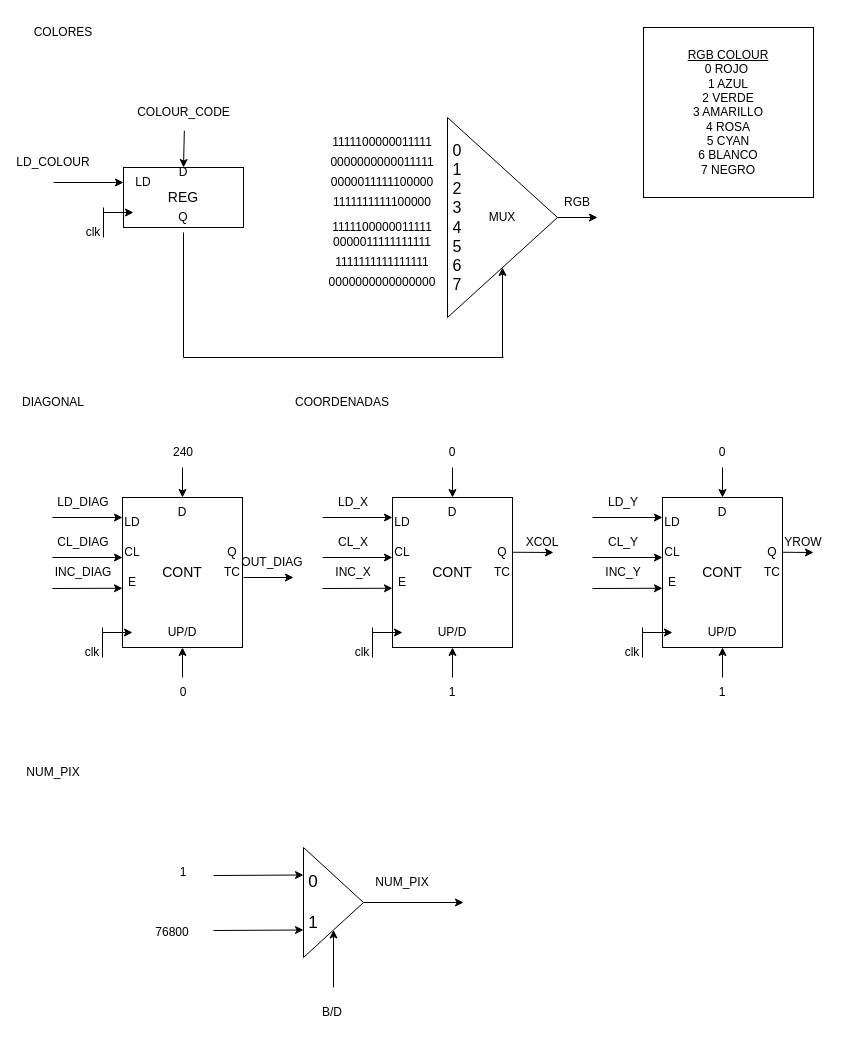
Earlier version of the draw.io diagram Proyecto/Diseños/Lcd_draw_up.drawio (marcosChoucino/SIstemasDigitales). Source tidied: cells renumbered, new cells numbered last; positions are measured from the earlier drawing's top-left corner, leaving out a move shared by most shapes. Both pictures are drawn from the tidied source at 100%, with x=0, y=0 at pixel (23, 17).
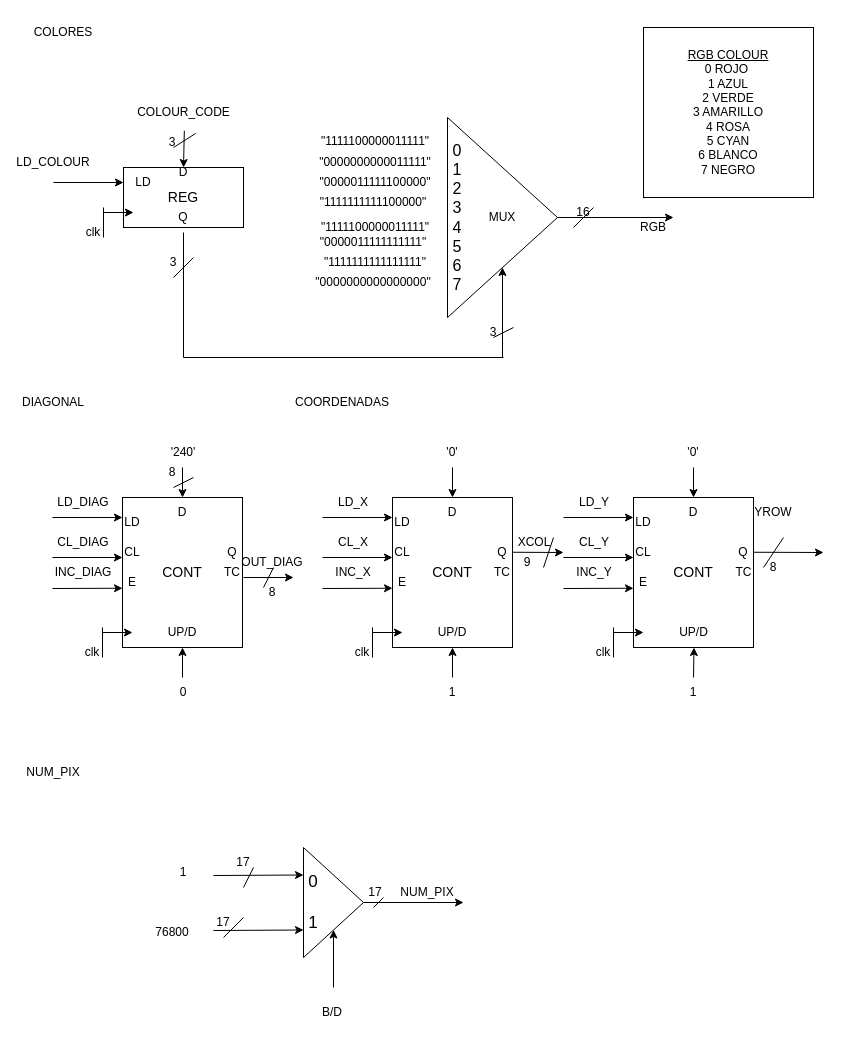
After the change.

The change refers to these unchanged cells:
```xml
<mxCell id="3" style="triangle;whiteSpace=wrap;html=1;" parent="1" vertex="1">
  <mxGeometry x="424" y="100" width="110" height="200" as="geometry" />
</mxCell>
<mxCell id="7" value="COLOUR_CODE" style="text;html=1;align=center;verticalAlign=middle;points=[];strokeColor=none;fillColor=none;" parent="1" vertex="1">
  <mxGeometry x="100" y="80" width="120" height="30" as="geometry" />
</mxCell>
<mxCell id="50" style="rounded=0;whiteSpace=wrap;html=1;" parent="1" vertex="1">
  <mxGeometry x="369" y="480" width="120" height="150" as="geometry" />
</mxCell>
```

What changed in the source:
```diff
@@
     <mxCell id="21" style="endArrow=classic;html=1;rounded=0;exitX=1;exitY=0.5;exitDx=0;exitDy=0;" parent="1" edge="1" source="3">
       <mxGeometry relative="1" as="geometry">
-        <mxPoint x="574" y="200" as="targetPoint" />
+        <mxPoint x="650" y="200" as="targetPoint" />
       </mxGeometry>
     </mxCell>
     <mxCell id="22" value="RGB" style="text;html=1;strokeColor=none;fillColor=none;align=center;verticalAlign=middle;whiteSpace=wrap;rounded=0;" parent="1" vertex="1">
-      <mxGeometry x="524" y="170" width="60" height="30" as="geometry" />
+      <mxGeometry x="600" y="195" width="60" height="30" as="geometry" />
     </mxCell>
@@
-    <mxCell id="24" value="1111100000011111" style="text;html=1;strokeColor=none;fillColor=none;align=center;verticalAlign=middle;whiteSpace=wrap;rounded=0;" parent="1" vertex="1">
-      <mxGeometry x="314" y="110" width="90" height="30" as="geometry" />
+    <mxCell id="24" value="&quot;1111100000011111&quot;" style="text;html=1;strokeColor=none;fillColor=none;align=center;verticalAlign=middle;whiteSpace=wrap;rounded=0;" parent="1" vertex="1">
+      <mxGeometry x="300" y="109" width="104" height="30" as="geometry" />
     </mxCell>
-    <mxCell id="25" value="0000000000011111" style="text;html=1;strokeColor=none;fillColor=none;align=center;verticalAlign=middle;whiteSpace=wrap;rounded=0;" parent="1" vertex="1">
-      <mxGeometry x="329" y="130" width="60" height="30" as="geometry" />
+    <mxCell id="25" value="&quot;0000000000011111&quot;" style="text;html=1;strokeColor=none;fillColor=none;align=center;verticalAlign=middle;whiteSpace=wrap;rounded=0;" parent="1" vertex="1">
+      <mxGeometry x="322" y="130" width="60" height="30" as="geometry" />
     </mxCell>
-    <mxCell id="26" value="0000011111100000" style="text;html=1;strokeColor=none;fillColor=none;align=center;verticalAlign=middle;whiteSpace=wrap;rounded=0;" parent="1" vertex="1">
-      <mxGeometry x="329" y="150" width="60" height="30" as="geometry" />
+    <mxCell id="26" value="&quot;0000011111100000&quot;" style="text;html=1;strokeColor=none;fillColor=none;align=center;verticalAlign=middle;whiteSpace=wrap;rounded=0;" parent="1" vertex="1">
+      <mxGeometry x="322" y="150" width="60" height="30" as="geometry" />
     </mxCell>
-    <mxCell id="27" value="1111111111100000" style="text;html=1;strokeColor=none;fillColor=none;align=center;verticalAlign=middle;whiteSpace=wrap;rounded=0;" parent="1" vertex="1">
-      <mxGeometry x="329" y="170" width="60" height="30" as="geometry" />
+    <mxCell id="27" value="&quot;1111111111100000&quot;" style="text;html=1;strokeColor=none;fillColor=none;align=center;verticalAlign=middle;whiteSpace=wrap;rounded=0;" parent="1" vertex="1">
+      <mxGeometry x="320" y="170" width="60" height="30" as="geometry" />
     </mxCell>
-    <mxCell id="28" value="1111100000011111" style="text;html=1;strokeColor=none;fillColor=none;align=center;verticalAlign=middle;whiteSpace=wrap;rounded=0;" parent="1" vertex="1">
-      <mxGeometry x="329" y="200" width="60" height="20" as="geometry" />
+    <mxCell id="28" value="&quot;1111100000011111&quot;" style="text;html=1;strokeColor=none;fillColor=none;align=center;verticalAlign=middle;whiteSpace=wrap;rounded=0;" parent="1" vertex="1">
+      <mxGeometry x="322" y="200" width="60" height="20" as="geometry" />
     </mxCell>
-    <mxCell id="29" value="0000011111111111" style="text;html=1;strokeColor=none;fillColor=none;align=center;verticalAlign=middle;whiteSpace=wrap;rounded=0;" parent="1" vertex="1">
-      <mxGeometry x="329" y="210" width="60" height="30" as="geometry" />
+    <mxCell id="29" value="&quot;0000011111111111&quot;" style="text;html=1;strokeColor=none;fillColor=none;align=center;verticalAlign=middle;whiteSpace=wrap;rounded=0;" parent="1" vertex="1">
+      <mxGeometry x="320" y="210" width="60" height="30" as="geometry" />
     </mxCell>
-    <mxCell id="30" value="1111111111111111" style="text;html=1;strokeColor=none;fillColor=none;align=center;verticalAlign=middle;whiteSpace=wrap;rounded=0;" parent="1" vertex="1">
-      <mxGeometry x="329" y="230" width="60" height="30" as="geometry" />
+    <mxCell id="30" value="&quot;1111111111111111&quot;" style="text;html=1;strokeColor=none;fillColor=none;align=center;verticalAlign=middle;whiteSpace=wrap;rounded=0;" parent="1" vertex="1">
+      <mxGeometry x="322" y="230" width="60" height="30" as="geometry" />
     </mxCell>
-    <mxCell id="31" value="0000000000000000" style="text;html=1;strokeColor=none;fillColor=none;align=center;verticalAlign=middle;whiteSpace=wrap;rounded=0;" parent="1" vertex="1">
-      <mxGeometry x="329" y="250" width="60" height="30" as="geometry" />
+    <mxCell id="31" value="&quot;0000000000000000&quot;" style="text;html=1;strokeColor=none;fillColor=none;align=center;verticalAlign=middle;whiteSpace=wrap;rounded=0;" parent="1" vertex="1">
+      <mxGeometry x="320" y="250" width="60" height="30" as="geometry" />
     </mxCell>
@@
     <mxCell id="67" style="rounded=0;whiteSpace=wrap;html=1;" parent="1" vertex="1">
-      <mxGeometry x="639" y="480" width="120" height="150" as="geometry" />
+      <mxGeometry x="610" y="480" width="120" height="150" as="geometry" />
     </mxCell>
     <mxCell id="68" style="endArrow=classic;html=1;rounded=0;" parent="1" edge="1">
       <mxGeometry relative="1" as="geometry">
-        <mxPoint x="619" y="615" as="sourcePoint" />
-        <mxPoint x="649" y="615" as="targetPoint" />
+        <mxPoint x="590" y="615" as="sourcePoint" />
+        <mxPoint x="620" y="615" as="targetPoint" />
       </mxGeometry>
     </mxCell>
     <mxCell id="69" style="endArrow=none;html=1;rounded=0;" parent="1" edge="1">
       <mxGeometry relative="1" as="geometry">
-        <mxPoint x="619" y="610" as="sourcePoint" />
-        <mxPoint x="619" y="640" as="targetPoint" />
+        <mxPoint x="590" y="610" as="sourcePoint" />
+        <mxPoint x="590" y="640" as="targetPoint" />
       </mxGeometry>
     </mxCell>
     <mxCell id="70" value="clk" style="text;html=1;strokeColor=none;fillColor=none;align=center;verticalAlign=middle;whiteSpace=wrap;rounded=0;" parent="1" vertex="1">
-      <mxGeometry x="579" y="620" width="60" height="30" as="geometry" />
+      <mxGeometry x="550" y="620" width="60" height="30" as="geometry" />
     </mxCell>
     <mxCell id="71" value="&lt;font style=&quot;font-size: 14px;&quot;&gt;CONT&lt;/font&gt;" style="text;html=1;strokeColor=none;fillColor=none;align=center;verticalAlign=middle;whiteSpace=wrap;rounded=0;" parent="1" vertex="1">
-      <mxGeometry x="669" y="540" width="60" height="30" as="geometry" />
+      <mxGeometry x="640" y="540" width="60" height="30" as="geometry" />
     </mxCell>
     <mxCell id="72" value="D" style="text;html=1;strokeColor=none;fillColor=none;align=center;verticalAlign=middle;whiteSpace=wrap;rounded=0;" parent="1" vertex="1">
-      <mxGeometry x="669" y="480" width="60" height="30" as="geometry" />
+      <mxGeometry x="640" y="480" width="60" height="30" as="geometry" />
     </mxCell>
     <mxCell id="73" value="LD" style="text;html=1;strokeColor=none;fillColor=none;align=center;verticalAlign=middle;whiteSpace=wrap;rounded=0;" parent="1" vertex="1">
-      <mxGeometry x="619" y="490" width="60" height="30" as="geometry" />
+      <mxGeometry x="590" y="490" width="60" height="30" as="geometry" />
     </mxCell>
     <mxCell id="74" value="CL" style="text;html=1;strokeColor=none;fillColor=none;align=center;verticalAlign=middle;whiteSpace=wrap;rounded=0;" parent="1" vertex="1">
-      <mxGeometry x="619" y="520" width="60" height="30" as="geometry" />
+      <mxGeometry x="590" y="520" width="60" height="30" as="geometry" />
     </mxCell>
     <mxCell id="75" value="E" style="text;html=1;strokeColor=none;fillColor=none;align=center;verticalAlign=middle;whiteSpace=wrap;rounded=0;" parent="1" vertex="1">
-      <mxGeometry x="619" y="550" width="60" height="30" as="geometry" />
+      <mxGeometry x="590" y="550" width="60" height="30" as="geometry" />
     </mxCell>
     <mxCell id="76" value="UP/D" style="text;html=1;strokeColor=none;fillColor=none;align=center;verticalAlign=middle;whiteSpace=wrap;rounded=0;" parent="1" vertex="1">
-      <mxGeometry x="669" y="600" width="60" height="30" as="geometry" />
+      <mxGeometry x="640" y="600" width="61" height="30" as="geometry" />
     </mxCell>
     <mxCell id="77" value="Q" style="text;html=1;strokeColor=none;fillColor=none;align=center;verticalAlign=middle;whiteSpace=wrap;rounded=0;" parent="1" vertex="1">
-      <mxGeometry x="719" y="520" width="60" height="30" as="geometry" />
+      <mxGeometry x="690" y="520" width="60" height="30" as="geometry" />
     </mxCell>
     <mxCell id="78" value="TC" style="text;html=1;strokeColor=none;fillColor=none;align=center;verticalAlign=middle;whiteSpace=wrap;rounded=0;" parent="1" vertex="1">
-      <mxGeometry x="719" y="540" width="60" height="30" as="geometry" />
+      <mxGeometry x="691" y="540" width="59" height="30" as="geometry" />
     </mxCell>
     <mxCell id="79" style="endArrow=classic;html=1;rounded=0;entryX=0.5;entryY=0;entryDx=0;entryDy=0;" parent="1" edge="1" target="72">
       <mxGeometry relative="1" as="geometry">
-        <mxPoint x="699" y="450" as="sourcePoint" />
+        <mxPoint x="670" y="450" as="sourcePoint" />
       </mxGeometry>
     </mxCell>
     <mxCell id="80" style="endArrow=classic;html=1;rounded=0;entryX=0.333;entryY=0.333;entryDx=0;entryDy=0;entryPerimeter=0;" parent="1" edge="1" target="73">
       <mxGeometry relative="1" as="geometry">
-        <mxPoint x="569" y="500" as="sourcePoint" />
+        <mxPoint x="540" y="500" as="sourcePoint" />
       </mxGeometry>
     </mxCell>
     <mxCell id="81" style="endArrow=classic;html=1;rounded=0;entryX=0.333;entryY=0.667;entryDx=0;entryDy=0;entryPerimeter=0;" parent="1" edge="1" target="74">
       <mxGeometry relative="1" as="geometry">
-        <mxPoint x="569" y="540" as="sourcePoint" />
+        <mxPoint x="540" y="540" as="sourcePoint" />
       </mxGeometry>
     </mxCell>
     <mxCell id="82" style="endArrow=classic;html=1;rounded=0;entryX=0;entryY=0.605;entryDx=0;entryDy=0;entryPerimeter=0;" parent="1" edge="1" target="67">
       <mxGeometry relative="1" as="geometry">
-        <mxPoint x="569" y="571" as="sourcePoint" />
+        <mxPoint x="540" y="571" as="sourcePoint" />
       </mxGeometry>
     </mxCell>
     <mxCell id="83" style="endArrow=classic;html=1;rounded=0;entryX=0.5;entryY=1;entryDx=0;entryDy=0;" parent="1" edge="1" target="76">
       <mxGeometry relative="1" as="geometry">
-        <mxPoint x="699" y="660" as="sourcePoint" />
+        <mxPoint x="670" y="660" as="sourcePoint" />
       </mxGeometry>
     </mxCell>
@@
-    <mxCell id="85" value="240" style="text;html=1;strokeColor=none;fillColor=none;align=center;verticalAlign=middle;whiteSpace=wrap;rounded=0;" parent="1" vertex="1">
+    <mxCell id="85" value="'240'" style="text;html=1;strokeColor=none;fillColor=none;align=center;verticalAlign=middle;whiteSpace=wrap;rounded=0;" parent="1" vertex="1">
       <mxGeometry x="130" y="420" width="60" height="30" as="geometry" />
     </mxCell>
-    <mxCell id="86" value="0" style="text;html=1;strokeColor=none;fillColor=none;align=center;verticalAlign=middle;whiteSpace=wrap;rounded=0;" parent="1" vertex="1">
+    <mxCell id="86" value="'0'" style="text;html=1;strokeColor=none;fillColor=none;align=center;verticalAlign=middle;whiteSpace=wrap;rounded=0;" parent="1" vertex="1">
       <mxGeometry x="399" y="420" width="60" height="30" as="geometry" />
     </mxCell>
-    <mxCell id="87" value="0" style="text;html=1;strokeColor=none;fillColor=none;align=center;verticalAlign=middle;whiteSpace=wrap;rounded=0;" parent="1" vertex="1">
-      <mxGeometry x="669" y="420" width="60" height="30" as="geometry" />
+    <mxCell id="87" value="'0'" style="text;html=1;strokeColor=none;fillColor=none;align=center;verticalAlign=middle;whiteSpace=wrap;rounded=0;" parent="1" vertex="1">
+      <mxGeometry x="640" y="420" width="60" height="30" as="geometry" />
     </mxCell>
@@
     <mxCell id="90" value="1" style="text;html=1;strokeColor=none;fillColor=none;align=center;verticalAlign=middle;whiteSpace=wrap;rounded=0;" parent="1" vertex="1">
-      <mxGeometry x="669" y="660" width="60" height="30" as="geometry" />
+      <mxGeometry x="640" y="660" width="60" height="30" as="geometry" />
     </mxCell>
@@
     <mxCell id="92" style="endArrow=classic;html=1;rounded=0;exitX=1.005;exitY=0.365;exitDx=0;exitDy=0;exitPerimeter=0;" parent="1" edge="1" source="50">
       <mxGeometry relative="1" as="geometry">
-        <mxPoint x="530" y="535" as="targetPoint" />
+        <mxPoint x="540" y="535" as="targetPoint" />
       </mxGeometry>
     </mxCell>
     <mxCell id="93" style="endArrow=classic;html=1;rounded=0;exitX=1.002;exitY=0.365;exitDx=0;exitDy=0;exitPerimeter=0;" parent="1" edge="1" source="67">
       <mxGeometry relative="1" as="geometry">
-        <mxPoint x="790" y="535" as="targetPoint" />
+        <mxPoint x="800" y="535" as="targetPoint" />
       </mxGeometry>
     </mxCell>
@@
     <mxCell id="96" value="XCOL" style="text;html=1;strokeColor=none;fillColor=none;align=center;verticalAlign=middle;whiteSpace=wrap;rounded=0;" parent="1" vertex="1">
-      <mxGeometry x="489" y="510" width="60" height="30" as="geometry" />
+      <mxGeometry x="481" y="510" width="60" height="30" as="geometry" />
     </mxCell>
     <mxCell id="97" value="YROW" style="text;html=1;strokeColor=none;fillColor=none;align=center;verticalAlign=middle;whiteSpace=wrap;rounded=0;" parent="1" vertex="1">
-      <mxGeometry x="750" y="510" width="60" height="30" as="geometry" />
+      <mxGeometry x="720" y="480" width="60" height="30" as="geometry" />
     </mxCell>
@@
     <mxCell id="101" value="LD_Y" style="text;html=1;strokeColor=none;fillColor=none;align=center;verticalAlign=middle;whiteSpace=wrap;rounded=0;" parent="1" vertex="1">
-      <mxGeometry x="570" y="470" width="60" height="30" as="geometry" />
+      <mxGeometry x="541" y="470" width="60" height="30" as="geometry" />
     </mxCell>
     <mxCell id="102" value="CL_Y" style="text;html=1;strokeColor=none;fillColor=none;align=center;verticalAlign=middle;whiteSpace=wrap;rounded=0;" parent="1" vertex="1">
-      <mxGeometry x="570" y="510" width="60" height="30" as="geometry" />
+      <mxGeometry x="541" y="510" width="60" height="30" as="geometry" />
     </mxCell>
     <mxCell id="103" value="INC_Y" style="text;html=1;strokeColor=none;fillColor=none;align=center;verticalAlign=middle;whiteSpace=wrap;rounded=0;" parent="1" vertex="1">
-      <mxGeometry x="570" y="540" width="60" height="30" as="geometry" />
+      <mxGeometry x="541" y="540" width="60" height="30" as="geometry" />
     </mxCell>
@@
     <mxCell id="112" value="NUM_PIX" style="text;html=1;strokeColor=none;fillColor=none;align=center;verticalAlign=middle;whiteSpace=wrap;rounded=0;" parent="1" vertex="1">
-      <mxGeometry x="349" y="850" width="60" height="30" as="geometry" />
+      <mxGeometry x="374" y="860" width="60" height="30" as="geometry" />
     </mxCell>
@@
+    <mxCell id="117" style="endArrow=none;html=1;rounded=0;entryX=0.602;entryY=1.196;entryDx=0;entryDy=0;entryPerimeter=0;" parent="1" edge="1" target="7">
+      <mxGeometry relative="1" as="geometry">
+        <mxPoint x="150" y="130" as="sourcePoint" />
+      </mxGeometry>
+    </mxCell>
+    <mxCell id="118" style="endArrow=none;html=1;rounded=0;" parent="1" edge="1">
+      <mxGeometry relative="1" as="geometry">
+        <mxPoint x="150" y="260" as="sourcePoint" />
+        <mxPoint x="170" y="240" as="targetPoint" />
+      </mxGeometry>
+    </mxCell>
+    <mxCell id="119" style="endArrow=none;html=1;rounded=0;" parent="1" edge="1">
+      <mxGeometry relative="1" as="geometry">
+        <mxPoint x="470" y="320" as="sourcePoint" />
+        <mxPoint x="490" y="310" as="targetPoint" />
+      </mxGeometry>
+    </mxCell>
+    <mxCell id="120" value="3" style="text;html=1;strokeColor=none;fillColor=none;align=center;verticalAlign=middle;whiteSpace=wrap;rounded=0;" parent="1" vertex="1">
+      <mxGeometry x="119" y="110" width="60" height="30" as="geometry" />
+    </mxCell>
+    <mxCell id="121" value="3" style="text;html=1;strokeColor=none;fillColor=none;align=center;verticalAlign=middle;whiteSpace=wrap;rounded=0;" parent="1" vertex="1">
+      <mxGeometry x="120" y="230" width="60" height="30" as="geometry" />
+    </mxCell>
+    <mxCell id="122" value="3" style="text;html=1;strokeColor=none;fillColor=none;align=center;verticalAlign=middle;whiteSpace=wrap;rounded=0;" parent="1" vertex="1">
+      <mxGeometry x="440" y="300" width="60" height="30" as="geometry" />
+    </mxCell>
+    <mxCell id="123" style="endArrow=none;html=1;rounded=0;" parent="1" edge="1">
+      <mxGeometry relative="1" as="geometry">
+        <mxPoint x="570" y="190" as="sourcePoint" />
+        <mxPoint x="550" y="210" as="targetPoint" />
+      </mxGeometry>
+    </mxCell>
+    <mxCell id="124" value="16" style="text;html=1;strokeColor=none;fillColor=none;align=center;verticalAlign=middle;whiteSpace=wrap;rounded=0;" parent="1" vertex="1">
+      <mxGeometry x="530" y="180" width="60" height="30" as="geometry" />
+    </mxCell>
+    <mxCell id="125" style="endArrow=none;html=1;rounded=0;" parent="1" edge="1">
+      <mxGeometry relative="1" as="geometry">
+        <mxPoint x="740" y="550" as="sourcePoint" />
+        <mxPoint x="760" y="520" as="targetPoint" />
+      </mxGeometry>
+    </mxCell>
+    <mxCell id="126" value="8" style="text;html=1;strokeColor=none;fillColor=none;align=center;verticalAlign=middle;whiteSpace=wrap;rounded=0;" parent="1" vertex="1">
+      <mxGeometry x="720" y="535" width="60" height="30" as="geometry" />
+    </mxCell>
+    <mxCell id="127" style="endArrow=none;html=1;rounded=0;" parent="1" edge="1">
+      <mxGeometry relative="1" as="geometry">
+        <mxPoint x="530" y="520" as="sourcePoint" />
+        <mxPoint x="520" y="550" as="targetPoint" />
+      </mxGeometry>
+    </mxCell>
+    <mxCell id="128" value="9" style="text;html=1;strokeColor=none;fillColor=none;align=center;verticalAlign=middle;whiteSpace=wrap;rounded=0;" parent="1" vertex="1">
+      <mxGeometry x="474" y="530" width="60" height="30" as="geometry" />
+    </mxCell>
+    <mxCell id="129" style="endArrow=none;html=1;rounded=0;" parent="1" edge="1">
+      <mxGeometry relative="1" as="geometry">
+        <mxPoint x="360" y="880" as="sourcePoint" />
+        <mxPoint x="350" y="890" as="targetPoint" />
+      </mxGeometry>
+    </mxCell>
+    <mxCell id="130" value="17" style="text;html=1;strokeColor=none;fillColor=none;align=center;verticalAlign=middle;whiteSpace=wrap;rounded=0;" parent="1" vertex="1">
+      <mxGeometry x="322" y="860" width="60" height="30" as="geometry" />
+    </mxCell>
+    <mxCell id="131" style="endArrow=none;html=1;rounded=0;" parent="1" edge="1">
+      <mxGeometry relative="1" as="geometry">
+        <mxPoint x="220" y="870" as="sourcePoint" />
+        <mxPoint x="230" y="850" as="targetPoint" />
+      </mxGeometry>
+    </mxCell>
+    <mxCell id="132" style="endArrow=none;html=1;rounded=0;" parent="1" edge="1">
+      <mxGeometry relative="1" as="geometry">
+        <mxPoint x="200" y="920" as="sourcePoint" />
+        <mxPoint x="220" y="900" as="targetPoint" />
+      </mxGeometry>
+    </mxCell>
+    <mxCell id="133" value="17" style="text;html=1;strokeColor=none;fillColor=none;align=center;verticalAlign=middle;whiteSpace=wrap;rounded=0;" parent="1" vertex="1">
+      <mxGeometry x="190" y="830" width="60" height="30" as="geometry" />
+    </mxCell>
+    <mxCell id="134" value="17" style="text;html=1;strokeColor=none;fillColor=none;align=center;verticalAlign=middle;whiteSpace=wrap;rounded=0;" parent="1" vertex="1">
+      <mxGeometry x="170" y="890" width="60" height="30" as="geometry" />
+    </mxCell>
+    <mxCell id="135" style="endArrow=none;html=1;rounded=0;" parent="1" edge="1">
+      <mxGeometry relative="1" as="geometry">
+        <mxPoint x="240" y="570" as="sourcePoint" />
+        <mxPoint x="250" y="550" as="targetPoint" />
+      </mxGeometry>
+    </mxCell>
+    <mxCell id="136" style="endArrow=none;html=1;rounded=0;" parent="1" edge="1">
+      <mxGeometry relative="1" as="geometry">
+        <mxPoint x="150" y="470" as="sourcePoint" />
+        <mxPoint x="170" y="460" as="targetPoint" />
+      </mxGeometry>
+    </mxCell>
+    <mxCell id="137" value="8" style="text;html=1;strokeColor=none;fillColor=none;align=center;verticalAlign=middle;whiteSpace=wrap;rounded=0;" parent="1" vertex="1">
+      <mxGeometry x="119" y="440" width="60" height="30" as="geometry" />
+    </mxCell>
+    <mxCell id="138" value="8" style="text;html=1;strokeColor=none;fillColor=none;align=center;verticalAlign=middle;whiteSpace=wrap;rounded=0;" parent="1" vertex="1">
+      <mxGeometry x="219" y="560" width="60" height="30" as="geometry" />
+    </mxCell>
```
